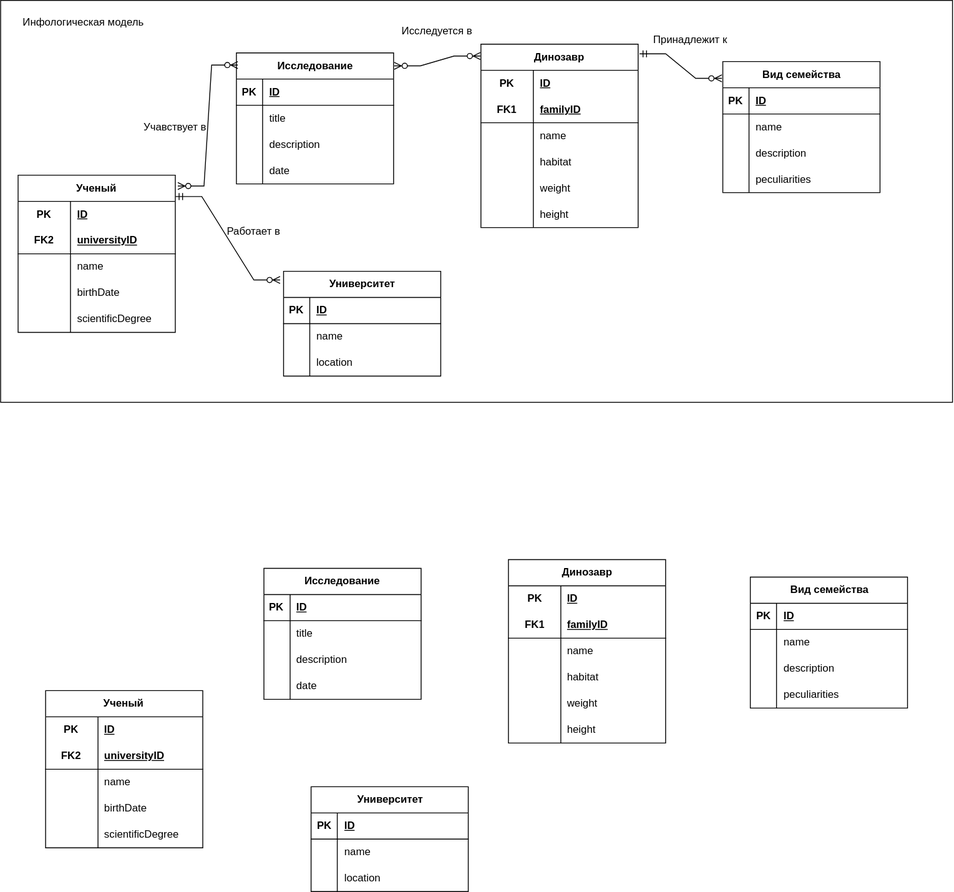
yargames1/ITMO keeps this draw.io diagram as DataScience/lab1/bd.drawio.svg. Above is the earlier version. Source tidied: cells renumbered, new cells last; positions are measured from the earlier drawing's top-left corner, leaving out a move shared by most shapes.
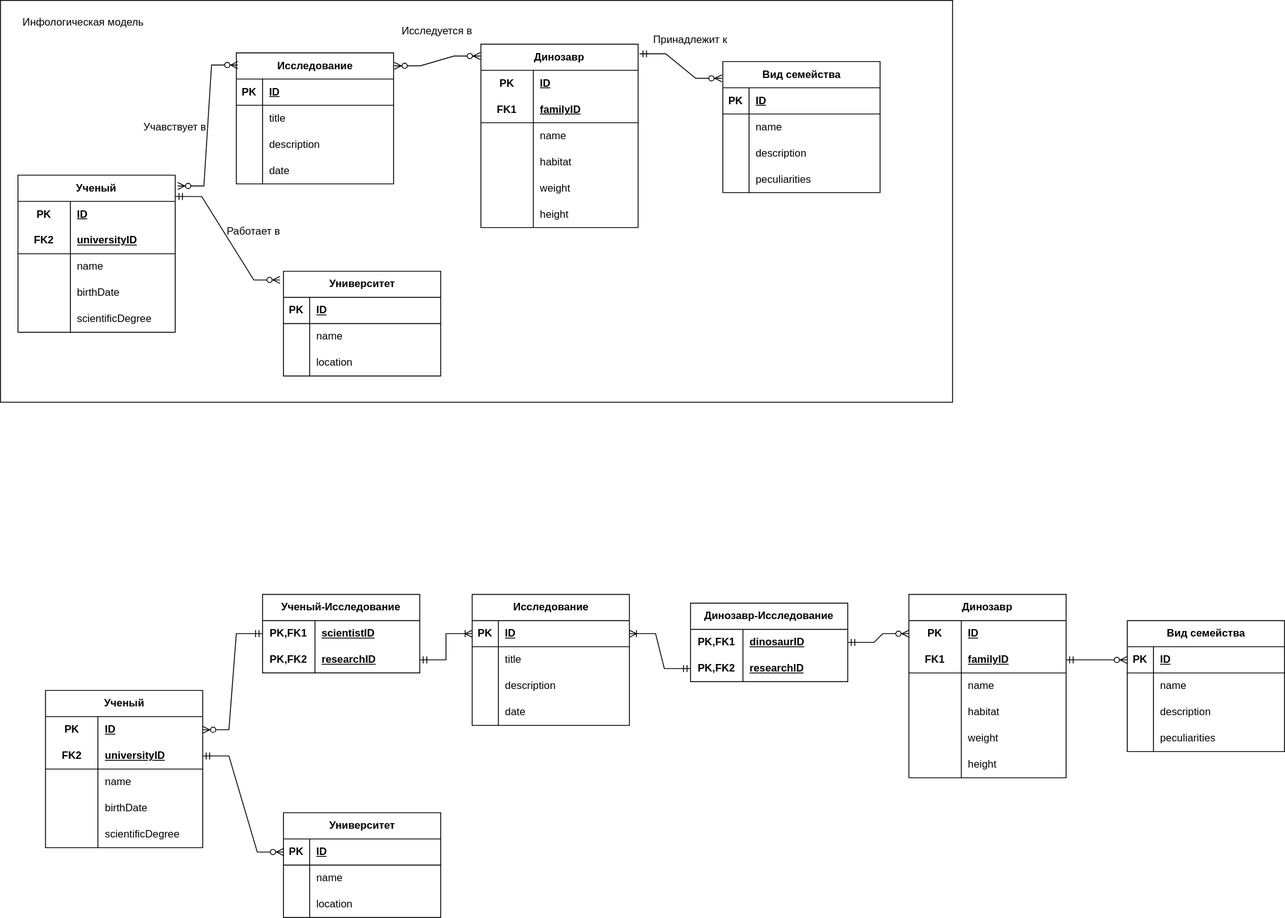
The same diagram one commit later.

Diff of the diagram source:
```diff
@@ -248,7 +248,7 @@
       <mxGeometry x="10" y="10" width="170" height="30" as="geometry" />
     </mxCell>
     <mxCell id="83" value="Университет" style="shape=table;startSize=30;rowLines=0;fontStyle=1;align=center;html=1;" parent="1" vertex="1">
-      <mxGeometry x="355.5" y="900" width="180" height="120" as="geometry" />
+      <mxGeometry x="324" y="930" width="180" height="120" as="geometry" />
     </mxCell>
     <mxCell id="84" style="shape=tableRow;horizontal=0;startSize=0;swimlaneHead=0;swimlaneBody=0;fillColor=none;points=[[0,0.5],[1,0.5]];portConstraint=eastwest;top=0;left=0;right=0;bottom=1;" parent="83" vertex="1">
       <mxGeometry y="30" width="180" height="30" as="geometry" />
@@ -326,7 +326,7 @@
       <mxGeometry x="60" width="120" height="30" as="geometry" />
     </mxCell>
     <mxCell id="109" value="Динозавр" style="shape=table;startSize=30;rowLines=0;fontStyle=1;align=center;html=1;whiteSpace=wrap;" parent="1" vertex="1">
-      <mxGeometry x="581.5" y="640" width="180" height="210" as="geometry" />
+      <mxGeometry x="1040" y="680" width="180" height="210" as="geometry" />
     </mxCell>
     <mxCell id="110" style="shape=tableRow;horizontal=0;startSize=0;swimlaneHead=0;swimlaneBody=0;fillColor=none;points=[[0,0.5],[1,0.5]];portConstraint=eastwest;top=0;left=0;right=0;bottom=0;html=1;" parent="109" vertex="1">
       <mxGeometry y="30" width="180" height="30" as="geometry" />
@@ -383,7 +383,7 @@
       <mxGeometry x="60" width="120" height="30" as="geometry" />
     </mxCell>
     <mxCell id="128" value="Вид семейства" style="shape=table;startSize=30;rowLines=0;fontStyle=1;align=center;html=1;" parent="1" vertex="1">
-      <mxGeometry x="858.5" y="660" width="180" height="150" as="geometry" />
+      <mxGeometry x="1290" y="710" width="180" height="150" as="geometry" />
     </mxCell>
     <mxCell id="129" style="shape=tableRow;horizontal=0;startSize=0;swimlaneHead=0;swimlaneBody=0;fillColor=none;points=[[0,0.5],[1,0.5]];portConstraint=eastwest;top=0;left=0;right=0;bottom=1;" parent="128" vertex="1">
       <mxGeometry y="30" width="180" height="30" as="geometry" />
@@ -422,7 +422,7 @@
       <mxGeometry x="30" width="150" height="30" as="geometry" />
     </mxCell>
     <mxCell id="141" value="Исследование" style="shape=table;startSize=30;rowLines=0;fontStyle=1;align=center;html=1;" parent="1" vertex="1">
-      <mxGeometry x="301.5" y="650" width="180" height="150" as="geometry" />
+      <mxGeometry x="540" y="680" width="180" height="150" as="geometry" />
     </mxCell>
     <mxCell id="142" style="shape=tableRow;horizontal=0;startSize=0;swimlaneHead=0;swimlaneBody=0;fillColor=none;points=[[0,0.5],[1,0.5]];portConstraint=eastwest;top=0;left=0;right=0;bottom=1;" parent="141" vertex="1">
       <mxGeometry y="30" width="180" height="30" as="geometry" />
@@ -460,5 +460,73 @@
     <mxCell id="153" value="date" style="shape=partialRectangle;fillColor=none;top=0;left=0;bottom=0;right=0;align=left;spacingLeft=6;overflow=hidden;whiteSpace=wrap;html=1;" parent="151" vertex="1">
       <mxGeometry x="30" width="150" height="30" as="geometry" />
     </mxCell>
+    <mxCell id="154" style="edgeStyle=entityRelationEdgeStyle;fontSize=12;html=1;endArrow=ERzeroToMany;startArrow=ERmandOne;rounded=0;exitX=1;exitY=0.5;exitDx=0;exitDy=0;entryX=0;entryY=0.5;entryDx=0;entryDy=0;" parent="1" edge="1" source="97" target="84">
+      <mxGeometry relative="1" as="geometry" />
+    </mxCell>
+    <mxCell id="155" style="edgeStyle=entityRelationEdgeStyle;fontSize=12;html=1;endArrow=ERzeroToMany;startArrow=ERmandOne;rounded=0;exitX=1;exitY=0.5;exitDx=0;exitDy=0;entryX=0;entryY=0.5;entryDx=0;entryDy=0;" parent="1" edge="1" source="113" target="129">
+      <mxGeometry relative="1" as="geometry" />
+    </mxCell>
+    <mxCell id="156" value="Ученый-Исследование" style="shape=table;startSize=30;rowLines=0;fontStyle=1;align=center;html=1;whiteSpace=wrap;" parent="1" vertex="1">
+      <mxGeometry x="300" y="680" width="180" height="90" as="geometry" />
+    </mxCell>
+    <mxCell id="157" style="shape=tableRow;horizontal=0;startSize=0;swimlaneHead=0;swimlaneBody=0;fillColor=none;points=[[0,0.5],[1,0.5]];portConstraint=eastwest;top=0;left=0;right=0;bottom=0;html=1;" parent="156" vertex="1">
+      <mxGeometry y="30" width="180" height="30" as="geometry" />
+    </mxCell>
+    <mxCell id="158" value="PK,FK1" style="shape=partialRectangle;fillColor=none;top=0;left=0;bottom=0;right=0;fontStyle=1;overflow=hidden;html=1;whiteSpace=wrap;" parent="157" vertex="1">
+      <mxGeometry width="60" height="30" as="geometry" />
+    </mxCell>
+    <mxCell id="159" value="scientistID" style="shape=partialRectangle;fillColor=none;top=0;left=0;bottom=0;right=0;align=left;spacingLeft=6;fontStyle=5;overflow=hidden;html=1;whiteSpace=wrap;" parent="157" vertex="1">
+      <mxGeometry x="60" width="120" height="30" as="geometry" />
+    </mxCell>
+    <mxCell id="160" style="shape=tableRow;horizontal=0;startSize=0;swimlaneHead=0;swimlaneBody=0;fillColor=none;points=[[0,0.5],[1,0.5]];portConstraint=eastwest;top=0;left=0;right=0;bottom=1;html=1;" parent="156" vertex="1">
+      <mxGeometry y="60" width="180" height="30" as="geometry" />
+    </mxCell>
+    <mxCell id="161" value="PK,FK2" style="shape=partialRectangle;fillColor=none;top=0;left=0;bottom=0;right=0;fontStyle=1;overflow=hidden;html=1;whiteSpace=wrap;" parent="160" vertex="1">
+      <mxGeometry width="60" height="30" as="geometry" />
+    </mxCell>
+    <mxCell id="162" value="researchID " style="shape=partialRectangle;fillColor=none;top=0;left=0;bottom=0;right=0;align=left;spacingLeft=6;fontStyle=5;overflow=hidden;html=1;whiteSpace=wrap;" parent="160" vertex="1">
+      <mxGeometry x="60" width="120" height="30" as="geometry" />
+    </mxCell>
+    <mxCell id="163" value="Динозавр-Исследование" style="shape=table;startSize=30;rowLines=0;fontStyle=1;align=center;html=1;whiteSpace=wrap;" parent="1" vertex="1">
+      <mxGeometry x="790" y="690" width="180" height="90" as="geometry" />
+    </mxCell>
+    <mxCell id="164" style="shape=tableRow;horizontal=0;startSize=0;swimlaneHead=0;swimlaneBody=0;fillColor=none;points=[[0,0.5],[1,0.5]];portConstraint=eastwest;top=0;left=0;right=0;bottom=0;html=1;" parent="163" vertex="1">
+      <mxGeometry y="30" width="180" height="30" as="geometry" />
+    </mxCell>
+    <mxCell id="165" value="PK,FK1" style="shape=partialRectangle;fillColor=none;top=0;left=0;bottom=0;right=0;fontStyle=1;overflow=hidden;html=1;whiteSpace=wrap;" parent="164" vertex="1">
+      <mxGeometry width="60" height="30" as="geometry" />
+    </mxCell>
+    <mxCell id="166" value="dinosaurID " style="shape=partialRectangle;fillColor=none;top=0;left=0;bottom=0;right=0;align=left;spacingLeft=6;fontStyle=5;overflow=hidden;html=1;whiteSpace=wrap;" parent="164" vertex="1">
+      <mxGeometry x="60" width="120" height="30" as="geometry" />
+    </mxCell>
+    <mxCell id="167" style="shape=tableRow;horizontal=0;startSize=0;swimlaneHead=0;swimlaneBody=0;fillColor=none;points=[[0,0.5],[1,0.5]];portConstraint=eastwest;top=0;left=0;right=0;bottom=1;html=1;" parent="163" vertex="1">
+      <mxGeometry y="60" width="180" height="30" as="geometry" />
+    </mxCell>
+    <mxCell id="168" value="PK,FK2" style="shape=partialRectangle;fillColor=none;top=0;left=0;bottom=0;right=0;fontStyle=1;overflow=hidden;html=1;whiteSpace=wrap;" parent="167" vertex="1">
+      <mxGeometry width="60" height="30" as="geometry" />
+    </mxCell>
+    <mxCell id="169" value="researchID " style="shape=partialRectangle;fillColor=none;top=0;left=0;bottom=0;right=0;align=left;spacingLeft=6;fontStyle=5;overflow=hidden;html=1;whiteSpace=wrap;" parent="167" vertex="1">
+      <mxGeometry x="60" width="120" height="30" as="geometry" />
+    </mxCell>
+    <mxCell id="170" style="edgeStyle=entityRelationEdgeStyle;fontSize=12;html=1;endArrow=ERzeroToMany;startArrow=ERmandOne;rounded=0;entryX=1;entryY=0.5;entryDx=0;entryDy=0;" parent="1" edge="1" source="157" target="94">
+      <mxGeometry relative="1" as="geometry" />
+    </mxCell>
+    <mxCell id="171" style="edgeStyle=entityRelationEdgeStyle;fontSize=12;html=1;endArrow=ERoneToMany;startArrow=ERmandOne;rounded=0;entryX=0;entryY=0.5;entryDx=0;entryDy=0;" parent="1" edge="1" source="160" target="142">
+      <mxGeometry relative="1" as="geometry">
+        <Array as="points">
+          <mxPoint x="520" y="810" />
+        </Array>
+      </mxGeometry>
+    </mxCell>
+    <mxCell id="172" style="edgeStyle=entityRelationEdgeStyle;fontSize=12;html=1;endArrow=ERoneToMany;startArrow=ERmandOne;rounded=0;" parent="1" edge="1" source="167" target="142">
+      <mxGeometry relative="1" as="geometry">
+        <Array as="points">
+          <mxPoint x="584" y="952" />
+        </Array>
+      </mxGeometry>
+    </mxCell>
+    <mxCell id="173" style="edgeStyle=entityRelationEdgeStyle;fontSize=12;html=1;endArrow=ERzeroToMany;startArrow=ERmandOne;rounded=0;entryX=0;entryY=0.5;entryDx=0;entryDy=0;" parent="1" edge="1" source="164" target="110">
+      <mxGeometry relative="1" as="geometry" />
+    </mxCell>
   </root>
 </mxGraphModel>
```
